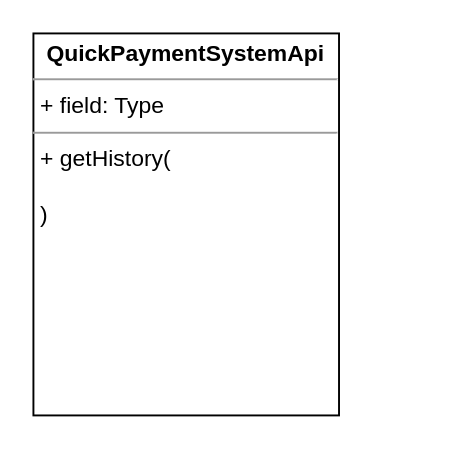
Above: UNI-14774.drawio in ShiryaevNikolay/diagrams (draw.io), before the change. Source tidied: cells renumbered, new cells numbered last; positions are measured from the earlier drawing's top-left corner, leaving out a move shared by most shapes. Both pictures are drawn from the tidied source at 191%, with x=0, y=0 at pixel (32, 32).
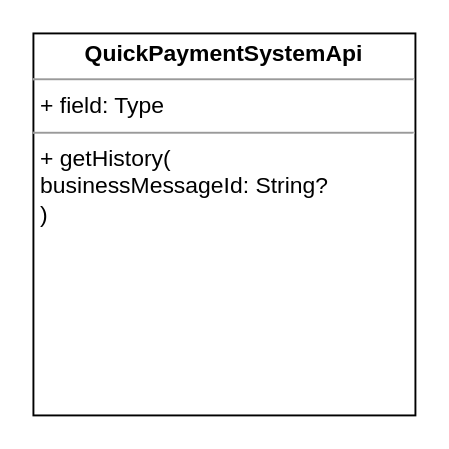
The same page after the edit.

Change to the diagram source:
```diff
@@
 <mxGraphModel>
   <root>
     <mxCell id="0" />
     <mxCell id="1" parent="0" />
-    <mxCell id="2" value="&lt;p style=&quot;margin: 0px ; margin-top: 4px ; text-align: center&quot;&gt;&lt;b&gt;QuickPaymentSystemApi&lt;/b&gt;&lt;/p&gt;&lt;hr size=&quot;1&quot;&gt;&lt;p style=&quot;margin: 0px ; margin-left: 4px&quot;&gt;+ field: Type&lt;/p&gt;&lt;hr size=&quot;1&quot;&gt;&lt;p style=&quot;margin: 0px ; margin-left: 4px&quot;&gt;+ getHistory(&lt;/p&gt;&lt;p style=&quot;margin: 0px ; margin-left: 4px&quot;&gt;&lt;br&gt;&lt;/p&gt;&lt;p style=&quot;margin: 0px ; margin-left: 4px&quot;&gt;)&lt;br&gt;&lt;/p&gt;" style="verticalAlign=top;align=left;overflow=fill;fontSize=12;fontFamily=Helvetica;html=1;" parent="1" vertex="1">
-      <mxGeometry width="160" height="200" as="geometry" />
+    <mxCell id="2" value="&lt;p style=&quot;margin: 0px ; margin-top: 4px ; text-align: center&quot;&gt;&lt;b&gt;QuickPaymentSystemApi&lt;/b&gt;&lt;/p&gt;&lt;hr size=&quot;1&quot;&gt;&lt;p style=&quot;margin: 0px ; margin-left: 4px&quot;&gt;+ field: Type&lt;/p&gt;&lt;hr size=&quot;1&quot;&gt;&lt;p style=&quot;margin: 0px ; margin-left: 4px&quot;&gt;+ getHistory(&lt;/p&gt;&lt;p style=&quot;margin: 0px ; margin-left: 4px&quot;&gt;businessMessageId: String?&lt;br&gt;&lt;/p&gt;&lt;p style=&quot;margin: 0px ; margin-left: 4px&quot;&gt;)&lt;br&gt;&lt;/p&gt;" style="verticalAlign=top;align=left;overflow=fill;fontSize=12;fontFamily=Helvetica;html=1;" parent="1" vertex="1">
+      <mxGeometry width="200" height="200" as="geometry" />
     </mxCell>
   </root>
 </mxGraphModel>
```
